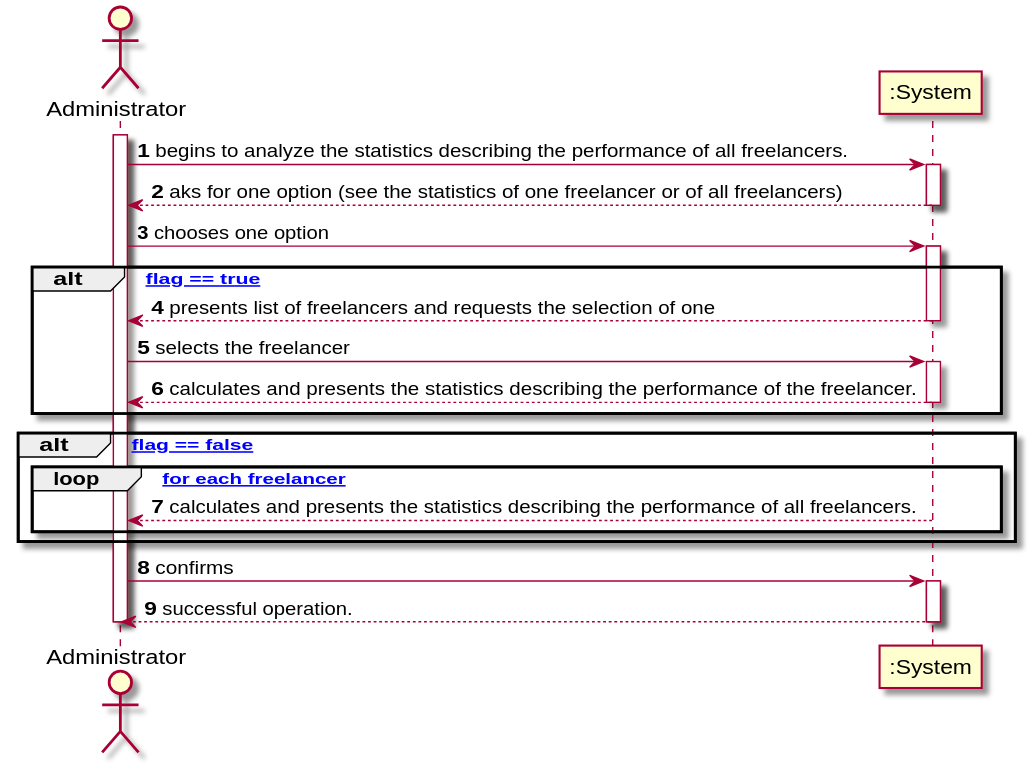
The PlantUML diagram docs/UC6 - Check performance indicators/UC6_SSD.svg in pedrolemos4/LAPR2, before a commit.
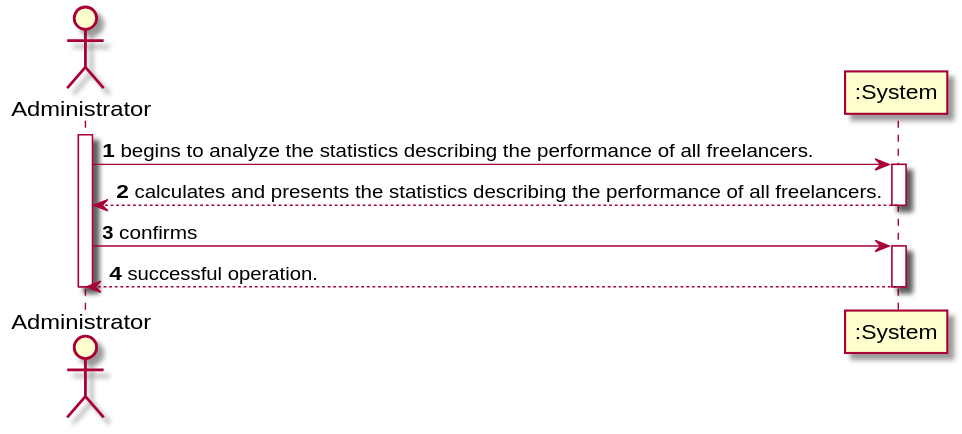
The same file after the commit.

Change to the diagram source:
```diff
@@ -4,28 +4,10 @@
 
 activate ADM
 ADM -> ":System" : begins to analyze the statistics describing the performance of all freelancers.
+
 activate ":System"
-":System" --> ADM : aks for one option (see the statistics of one freelancer or of all freelancers)
-deactivate ":System"
-
-ADM -> ":System" : chooses one option
-activate ":System"
-
-alt [ flag == true ]
-":System" --> ADM : presents list of freelancers and requests the selection of one
-deactivate ":System"
-ADM -> ":System" : selects the freelancer
-activate ":System"
-":System" --> ADM : calculates and presents the statistics describing the performance of the freelancer.
-deactivate ":System"
-end alt
-
-alt [ flag == false ]
-loop [ for each freelancer ]
 ":System" --> ADM : calculates and presents the statistics describing the performance of all freelancers.
 deactivate ":System"
-end loop
-end alt
 
 ADM -> ":System" : confirms
 activate ":System"
```
